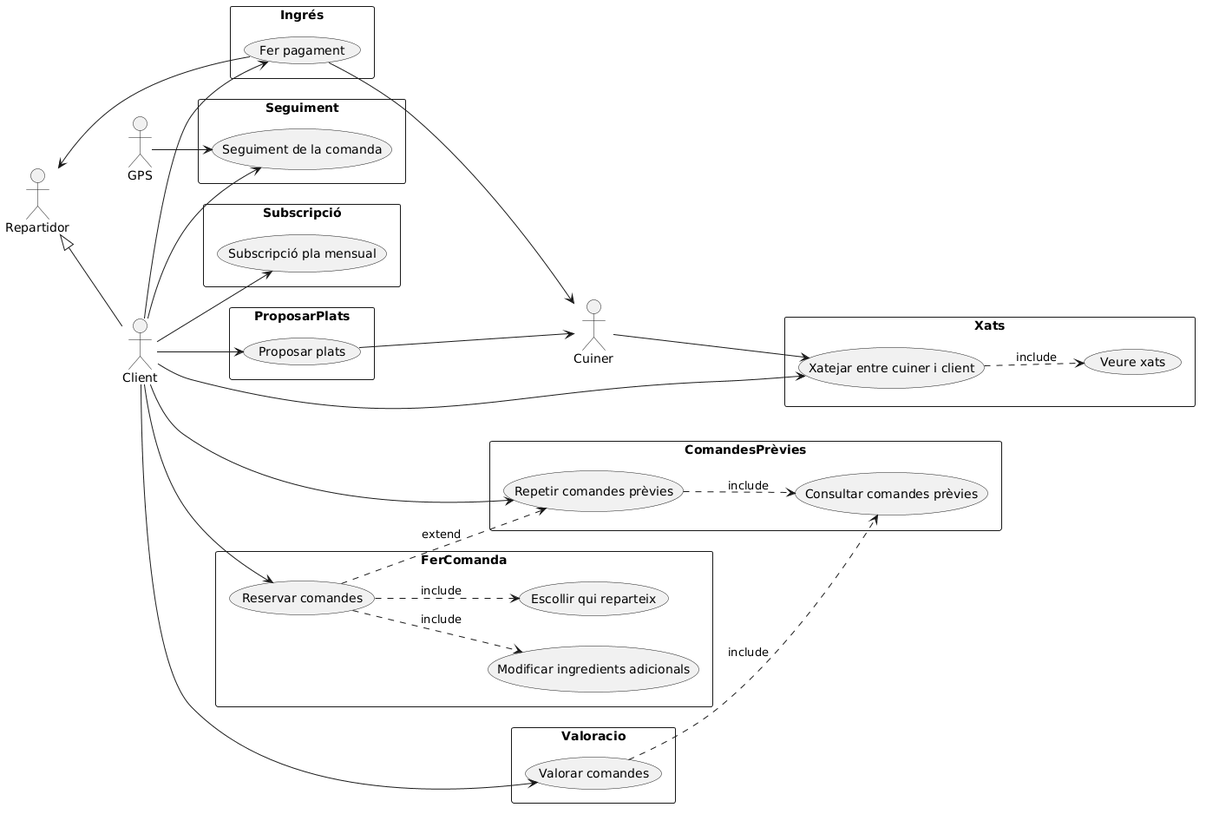
This is documents/Diagrames/Cas d'ús/Client/UML_Cas_d_us_Client.png from martipages/ES23UAB431-02, a PlantUML export, as it was before one commit. The source it was exported from:
```plantuml
@startuml
left to right direction

:Cuiner:
:Client:
:Repartidor:

Repartidor <|-- Client

rectangle Ingrés {
(Fer pagament) as Pagament
}

rectangle ProposarPlats {
(Proposar plats) as PropPlats
}

rectangle FerComanda {
(Reservar comandes) as Reserva
(Modificar ingredients adicionals) as Modificar
(Escollir qui reparteix) as RepartidorComanda
}

rectangle Xats {
(Xatejar entre cuiner i client) as Xatejar
(Veure xats) as VeureXats
}

rectangle ComandesPrèvies {
(Consultar comandes prèvies) as ConsultarPrevies
(Repetir comandes prèvies) as RepetirPrevies
}

rectangle Seguiment {
(Seguiment de la comanda) as Seg
}

rectangle Valoracio {
(Valorar comandes) as Val
}

rectangle Subscripció {
(Subscripció pla mensual) as SubPla
}

Client --> PropPlats
Client --> Pagament
Client --> Xatejar
Client --> Seg
Client --> SubPla
Client --> RepetirPrevies
Client --> Val
Client --> Reserva

GPS --> Seg

Cuiner --> Xatejar

Pagament --> Repartidor
Pagament --> Cuiner
PropPlats --> Cuiner


Xatejar ..> VeureXats : include
Val ..> ConsultarPrevies : include
Reserva ..> Modificar : include
Reserva ..> RepartidorComanda : include
Reserva ..> RepetirPrevies : extend
RepetirPrevies ..> ConsultarPrevies : include
@enduml
```
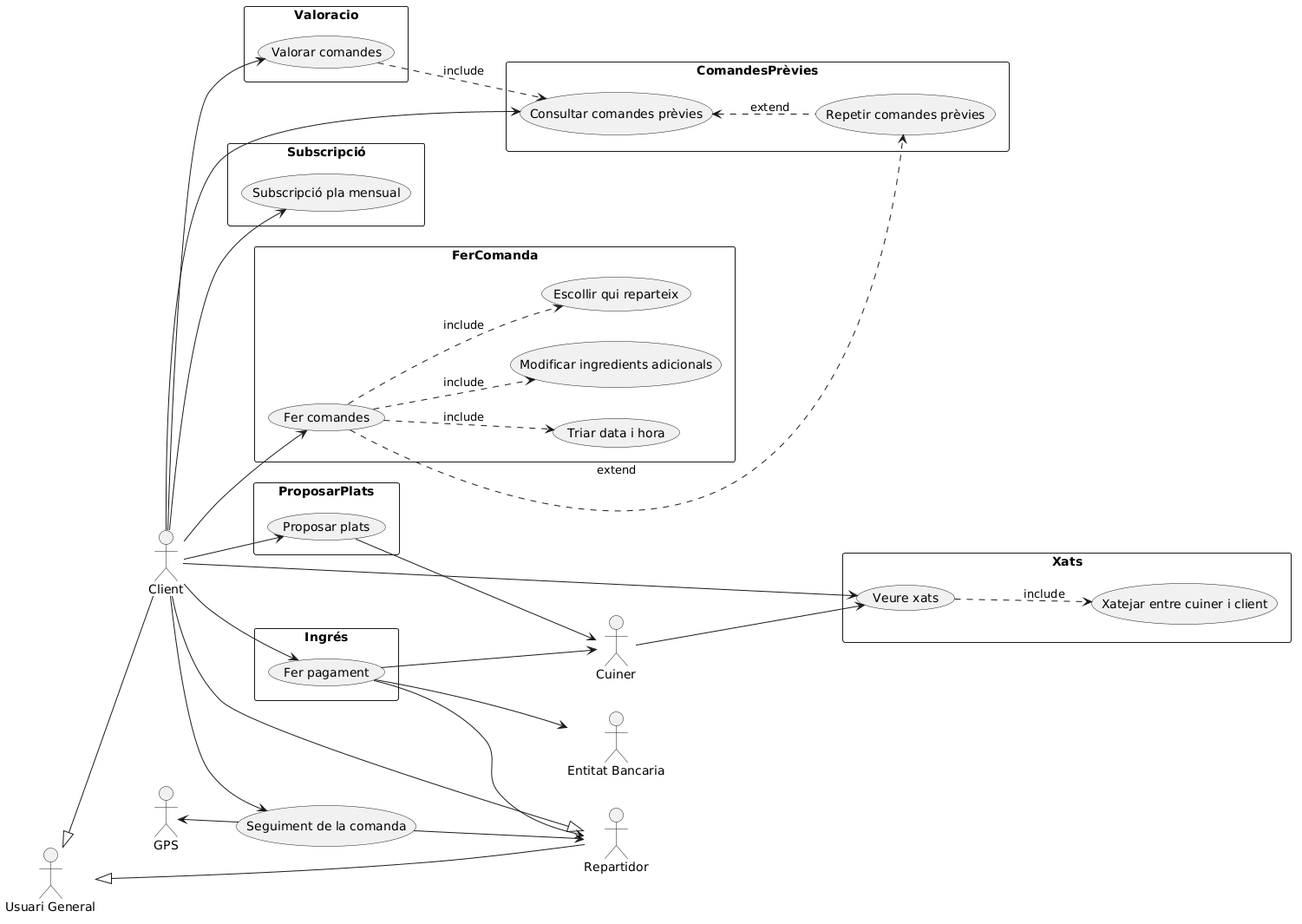
Above is the later version.

Change to the diagram source:
```diff
@@ -1,70 +1,126 @@
 @startuml
 left to right direction
 
+
 :Cuiner:
+
 :Client:
+
 :Repartidor:
+
+:Usuari General: as UsuariGeneral
+
+:Entitat Bancaria: as EntitatBancaria
+
+
+rectangle Ingrés {
+
+(Fer pagament) as Pagament
+
+}
+
+rectangle ProposarPlats {
+
+(Proposar plats) as PropPlats
+
+}
+
+rectangle FerComanda {
+
+(Fer comandes) as Reserva
+
+(Modificar ingredients adicionals) as Modificar
+
+(Escollir qui reparteix) as RepartidorComanda
+
+(Triar data i hora) as DyT
+
+}
+
+rectangle Xats {
+
+(Xatejar entre cuiner i client) as Xatejar
+
+(Veure xats) as VeureXats
+
+}
+
+rectangle ComandesPrèvies {
+
+(Consultar comandes prèvies) as ConsultarPrevies
+
+(Repetir comandes prèvies) as RepetirPrevies
+
+}
+
+
+(Seguiment de la comanda) as Seg
+
+
+rectangle Valoracio {
+
+(Valorar comandes) as Val
+
+}
+
+rectangle Subscripció {
+
+(Subscripció pla mensual) as SubPla
+
+}
+
 
 Repartidor <|-- Client
 
-rectangle Ingrés {
-(Fer pagament) as Pagament
-}
+UsuariGeneral <|-- Client
 
-rectangle ProposarPlats {
-(Proposar plats) as PropPlats
-}
+UsuariGeneral <|-- Repartidor
 
-rectangle FerComanda {
-(Reservar comandes) as Reserva
-(Modificar ingredients adicionals) as Modificar
-(Escollir qui reparteix) as RepartidorComanda
-}
 
-rectangle Xats {
-(Xatejar entre cuiner i client) as Xatejar
-(Veure xats) as VeureXats
-}
 
-rectangle ComandesPrèvies {
-(Consultar comandes prèvies) as ConsultarPrevies
-(Repetir comandes prèvies) as RepetirPrevies
-}
+GPS <-- Seg
 
-rectangle Seguiment {
-(Seguiment de la comanda) as Seg
-}
+Pagament --> EntitatBancaria
 
-rectangle Valoracio {
-(Valorar comandes) as Val
-}
-
-rectangle Subscripció {
-(Subscripció pla mensual) as SubPla
-}
 
 Client --> PropPlats
+
 Client --> Pagament
-Client --> Xatejar
+
 Client --> Seg
+
 Client --> SubPla
-Client --> RepetirPrevies
+
+Client --> ConsultarPrevies
+
 Client --> Val
+
 Client --> Reserva
 
-GPS --> Seg
-
-Cuiner --> Xatejar
+Client --> VeureXats
 
 Pagament --> Repartidor
+
 Pagament --> Cuiner
+
 PropPlats --> Cuiner
 
+Cuiner --> VeureXats
 
-Xatejar ..> VeureXats : include
+Seg --> Repartidor
+
+
 Val ..> ConsultarPrevies : include
+
 Reserva ..> Modificar : include
+
 Reserva ..> RepartidorComanda : include
+
+Reserva ..> DyT : include
+
 Reserva ..> RepetirPrevies : extend
-RepetirPrevies ..> ConsultarPrevies : include
+
+ConsultarPrevies <.. RepetirPrevies : extend
+
+VeureXats  ..> Xatejar : include
 @enduml
```
